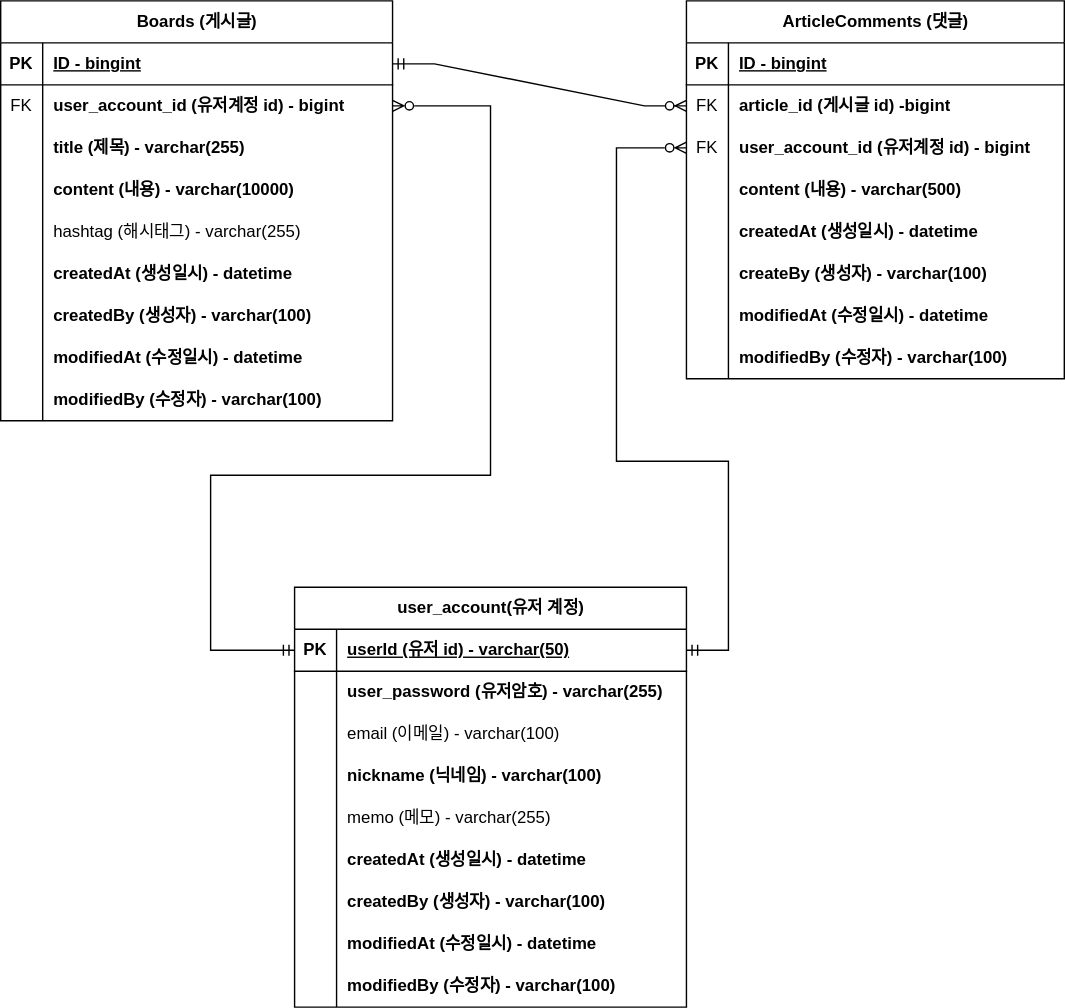
Earlier version of the draw.io export document/board-domain-erd.svg (H-24/project-board). Source tidied: cells renumbered, new cells last; positions are measured from the earlier drawing's top-left corner, leaving out a move shared by most shapes.
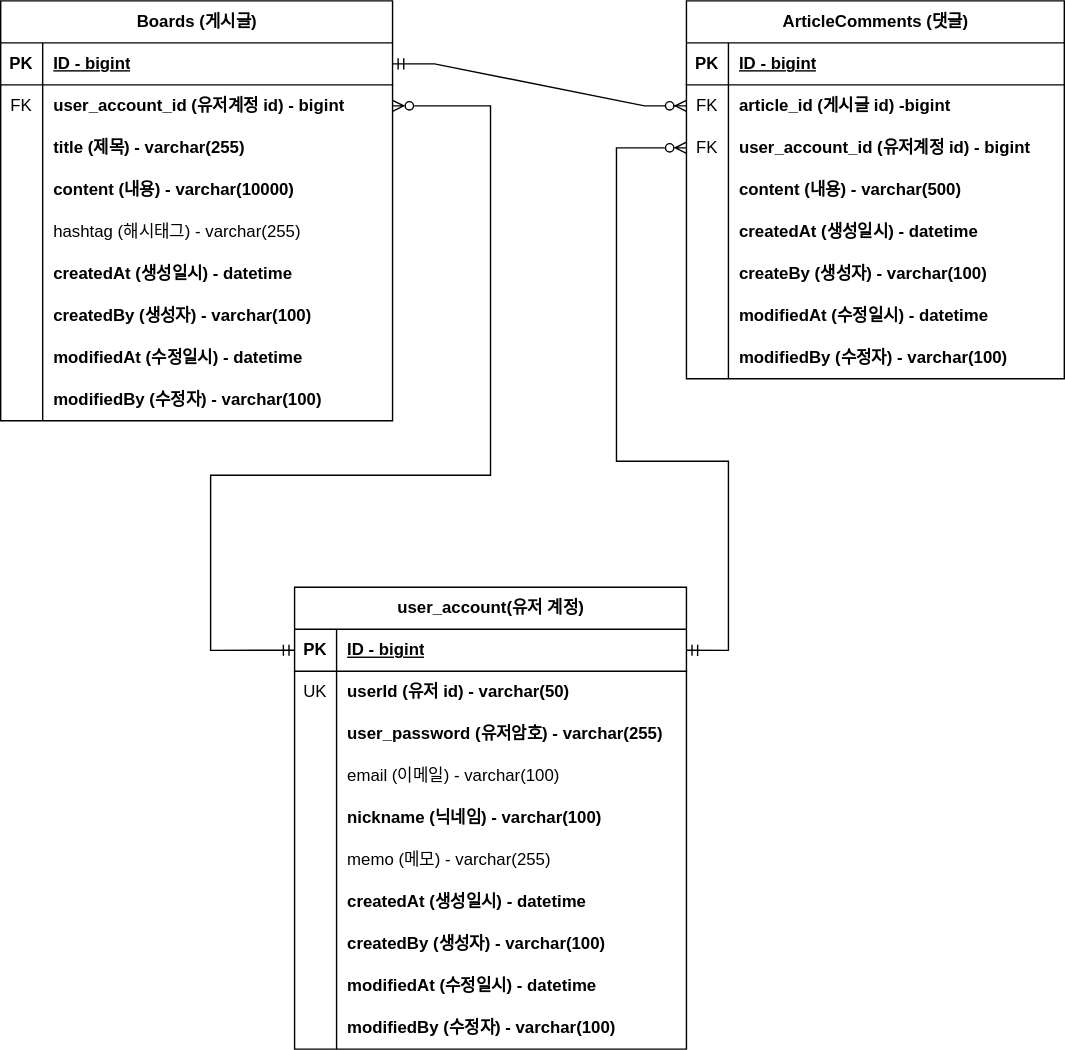
The same file after the commit.

Change to the diagram source:
```diff
@@ -11,7 +11,7 @@
     <mxCell id="4" value="PK" style="shape=partialRectangle;fillColor=none;top=0;left=0;bottom=0;right=0;fontStyle=1;overflow=hidden;whiteSpace=wrap;html=1;" parent="3" vertex="1">
       <mxGeometry width="30" height="30" as="geometry" />
     </mxCell>
-    <mxCell id="5" value="ID - bingint" style="shape=partialRectangle;fillColor=none;top=0;left=0;bottom=0;right=0;align=left;spacingLeft=6;fontStyle=5;overflow=hidden;whiteSpace=wrap;html=1;" parent="3" vertex="1">
+    <mxCell id="5" value="ID - bigint" style="shape=partialRectangle;fillColor=none;top=0;left=0;bottom=0;right=0;align=left;spacingLeft=6;fontStyle=5;overflow=hidden;whiteSpace=wrap;html=1;" parent="3" vertex="1">
       <mxGeometry x="30" width="250" height="30" as="geometry" />
     </mxCell>
     <mxCell id="6" style="shape=tableRow;horizontal=0;startSize=0;swimlaneHead=0;swimlaneBody=0;fillColor=none;points=[[0,0.5],[1,0.5]];portConstraint=eastwest;top=0;left=0;right=0;bottom=0;" parent="2" vertex="1">
@@ -95,7 +95,7 @@
     <mxCell id="32" value="PK" style="shape=partialRectangle;fillColor=none;top=0;left=0;bottom=0;right=0;fontStyle=1;overflow=hidden;whiteSpace=wrap;html=1;" parent="31" vertex="1">
       <mxGeometry width="30" height="30" as="geometry" />
     </mxCell>
-    <mxCell id="33" value="ID - bingint" style="shape=partialRectangle;fillColor=none;top=0;left=0;bottom=0;right=0;align=left;spacingLeft=6;fontStyle=5;overflow=hidden;whiteSpace=wrap;html=1;" parent="31" vertex="1">
+    <mxCell id="33" value="ID - bigint" style="shape=partialRectangle;fillColor=none;top=0;left=0;bottom=0;right=0;align=left;spacingLeft=6;fontStyle=5;overflow=hidden;whiteSpace=wrap;html=1;" parent="31" vertex="1">
       <mxGeometry x="30" width="240" height="30" as="geometry" />
     </mxCell>
     <mxCell id="34" style="shape=tableRow;horizontal=0;startSize=0;swimlaneHead=0;swimlaneBody=0;fillColor=none;points=[[0,0.5],[1,0.5]];portConstraint=eastwest;top=0;left=0;right=0;bottom=0;" parent="30" vertex="1">
@@ -165,7 +165,7 @@
       <mxGeometry relative="1" as="geometry" />
     </mxCell>
     <mxCell id="56" value="user_account(유저 계정)" style="shape=table;startSize=30;rowLines=0;fontStyle=1;align=center;html=1;" parent="1" vertex="1">
-      <mxGeometry x="210" y="419" width="280" height="300" as="geometry" />
+      <mxGeometry x="210" y="419" width="280" height="330" as="geometry" />
     </mxCell>
     <mxCell id="57" style="shape=tableRow;horizontal=0;startSize=0;swimlaneHead=0;swimlaneBody=0;fillColor=none;points=[[0,0.5],[1,0.5]];portConstraint=eastwest;top=0;left=0;right=0;bottom=1;" parent="56" vertex="1">
       <mxGeometry y="30" width="280" height="30" as="geometry" />
@@ -173,11 +173,20 @@
     <mxCell id="58" value="PK" style="shape=partialRectangle;fillColor=none;top=0;left=0;bottom=0;right=0;fontStyle=1;overflow=hidden;whiteSpace=wrap;html=1;" parent="57" vertex="1">
       <mxGeometry width="30" height="30" as="geometry" />
     </mxCell>
-    <mxCell id="59" value="userId (유저 id) - varchar(50)" style="shape=partialRectangle;fillColor=none;top=0;left=0;bottom=0;right=0;align=left;spacingLeft=6;fontStyle=5;overflow=hidden;whiteSpace=wrap;html=1;" parent="57" vertex="1">
+    <mxCell id="59" value="ID - bigint" style="shape=partialRectangle;fillColor=none;top=0;left=0;bottom=0;right=0;align=left;spacingLeft=6;fontStyle=5;overflow=hidden;whiteSpace=wrap;html=1;" parent="57" vertex="1">
       <mxGeometry x="30" width="250" height="30" as="geometry" />
     </mxCell>
+    <mxCell id="86" style="shape=tableRow;horizontal=0;startSize=0;swimlaneHead=0;swimlaneBody=0;fillColor=none;top=0;left=0;right=0;bottom=0;" parent="56" vertex="1">
+      <mxGeometry y="60" width="280" height="30" as="geometry" />
+    </mxCell>
+    <mxCell id="87" value="UK" style="shape=partialRectangle;fillColor=none;top=0;left=0;bottom=0;right=0;overflow=hidden;whiteSpace=wrap;html=1;" parent="86" vertex="1">
+      <mxGeometry width="30" height="30" as="geometry" />
+    </mxCell>
+    <mxCell id="88" value="userId (유저 id) - varchar(50)" style="shape=partialRectangle;fillColor=none;top=0;left=0;bottom=0;right=0;align=left;spacingLeft=6;overflow=hidden;whiteSpace=wrap;html=1;fontStyle=1;" parent="86" vertex="1">
+      <mxGeometry x="30" width="250" height="30" as="geometry" />
+    </mxCell>
     <mxCell id="60" style="shape=tableRow;horizontal=0;startSize=0;swimlaneHead=0;swimlaneBody=0;fillColor=none;top=0;left=0;right=0;bottom=0;" parent="56" vertex="1">
-      <mxGeometry y="60" width="280" height="30" as="geometry" />
+      <mxGeometry y="90" width="280" height="30" as="geometry" />
     </mxCell>
     <mxCell id="61" style="shape=partialRectangle;fillColor=none;top=0;left=0;bottom=0;right=0;overflow=hidden;whiteSpace=wrap;html=1;" parent="60" vertex="1">
       <mxGeometry width="30" height="30" as="geometry" />
@@ -186,7 +195,7 @@
       <mxGeometry x="30" width="250" height="30" as="geometry" />
     </mxCell>
     <mxCell id="63" style="shape=tableRow;horizontal=0;startSize=0;swimlaneHead=0;swimlaneBody=0;fillColor=none;top=0;left=0;right=0;bottom=0;" parent="56" vertex="1">
-      <mxGeometry y="90" width="280" height="30" as="geometry" />
+      <mxGeometry y="120" width="280" height="30" as="geometry" />
     </mxCell>
     <mxCell id="64" style="shape=partialRectangle;fillColor=none;top=0;left=0;bottom=0;right=0;overflow=hidden;whiteSpace=wrap;html=1;" parent="63" vertex="1">
       <mxGeometry width="30" height="30" as="geometry" />
@@ -195,7 +204,7 @@
       <mxGeometry x="30" width="250" height="30" as="geometry" />
     </mxCell>
     <mxCell id="66" style="shape=tableRow;horizontal=0;startSize=0;swimlaneHead=0;swimlaneBody=0;fillColor=none;top=0;left=0;right=0;bottom=0;fontStyle=1;" parent="56" vertex="1">
-      <mxGeometry y="120" width="280" height="30" as="geometry" />
+      <mxGeometry y="150" width="280" height="30" as="geometry" />
     </mxCell>
     <mxCell id="67" style="shape=partialRectangle;fillColor=none;top=0;left=0;bottom=0;right=0;overflow=hidden;whiteSpace=wrap;html=1;" parent="66" vertex="1">
       <mxGeometry width="30" height="30" as="geometry" />
@@ -204,7 +213,7 @@
       <mxGeometry x="30" width="250" height="30" as="geometry" />
     </mxCell>
     <mxCell id="69" style="shape=tableRow;horizontal=0;startSize=0;swimlaneHead=0;swimlaneBody=0;fillColor=none;top=0;left=0;right=0;bottom=0;fontStyle=1;" parent="56" vertex="1">
-      <mxGeometry y="150" width="280" height="30" as="geometry" />
+      <mxGeometry y="180" width="280" height="30" as="geometry" />
     </mxCell>
     <mxCell id="70" style="shape=partialRectangle;fillColor=none;top=0;left=0;bottom=0;right=0;overflow=hidden;whiteSpace=wrap;html=1;" parent="69" vertex="1">
       <mxGeometry width="30" height="30" as="geometry" />
@@ -213,7 +222,7 @@
       <mxGeometry x="30" width="250" height="30" as="geometry" />
     </mxCell>
     <mxCell id="72" style="shape=tableRow;horizontal=0;startSize=0;swimlaneHead=0;swimlaneBody=0;fillColor=none;top=0;left=0;right=0;bottom=0;" parent="56" vertex="1">
-      <mxGeometry y="180" width="280" height="30" as="geometry" />
+      <mxGeometry y="210" width="280" height="30" as="geometry" />
     </mxCell>
     <mxCell id="73" style="shape=partialRectangle;fillColor=none;top=0;left=0;bottom=0;right=0;overflow=hidden;whiteSpace=wrap;html=1;" parent="72" vertex="1">
       <mxGeometry width="30" height="30" as="geometry" />
@@ -222,7 +231,7 @@
       <mxGeometry x="30" width="250" height="30" as="geometry" />
     </mxCell>
     <mxCell id="75" style="shape=tableRow;horizontal=0;startSize=0;swimlaneHead=0;swimlaneBody=0;fillColor=none;top=0;left=0;right=0;bottom=0;" parent="56" vertex="1">
-      <mxGeometry y="210" width="280" height="30" as="geometry" />
+      <mxGeometry y="240" width="280" height="30" as="geometry" />
     </mxCell>
     <mxCell id="76" style="shape=partialRectangle;fillColor=none;top=0;left=0;bottom=0;right=0;overflow=hidden;whiteSpace=wrap;html=1;" parent="75" vertex="1">
       <mxGeometry width="30" height="30" as="geometry" />
@@ -231,7 +240,7 @@
       <mxGeometry x="30" width="250" height="30" as="geometry" />
     </mxCell>
     <mxCell id="78" style="shape=tableRow;horizontal=0;startSize=0;swimlaneHead=0;swimlaneBody=0;fillColor=none;top=0;left=0;right=0;bottom=0;" parent="56" vertex="1">
-      <mxGeometry y="240" width="280" height="30" as="geometry" />
+      <mxGeometry y="270" width="280" height="30" as="geometry" />
     </mxCell>
     <mxCell id="79" style="shape=partialRectangle;fillColor=none;top=0;left=0;bottom=0;right=0;overflow=hidden;whiteSpace=wrap;html=1;" parent="78" vertex="1">
       <mxGeometry width="30" height="30" as="geometry" />
@@ -240,7 +249,7 @@
       <mxGeometry x="30" width="250" height="30" as="geometry" />
     </mxCell>
     <mxCell id="81" style="shape=tableRow;horizontal=0;startSize=0;swimlaneHead=0;swimlaneBody=0;fillColor=none;top=0;left=0;right=0;bottom=0;" parent="56" vertex="1">
-      <mxGeometry y="270" width="280" height="30" as="geometry" />
+      <mxGeometry y="300" width="280" height="30" as="geometry" />
     </mxCell>
     <mxCell id="82" style="shape=partialRectangle;fillColor=none;top=0;left=0;bottom=0;right=0;overflow=hidden;whiteSpace=wrap;html=1;" parent="81" vertex="1">
       <mxGeometry width="30" height="30" as="geometry" />
```
